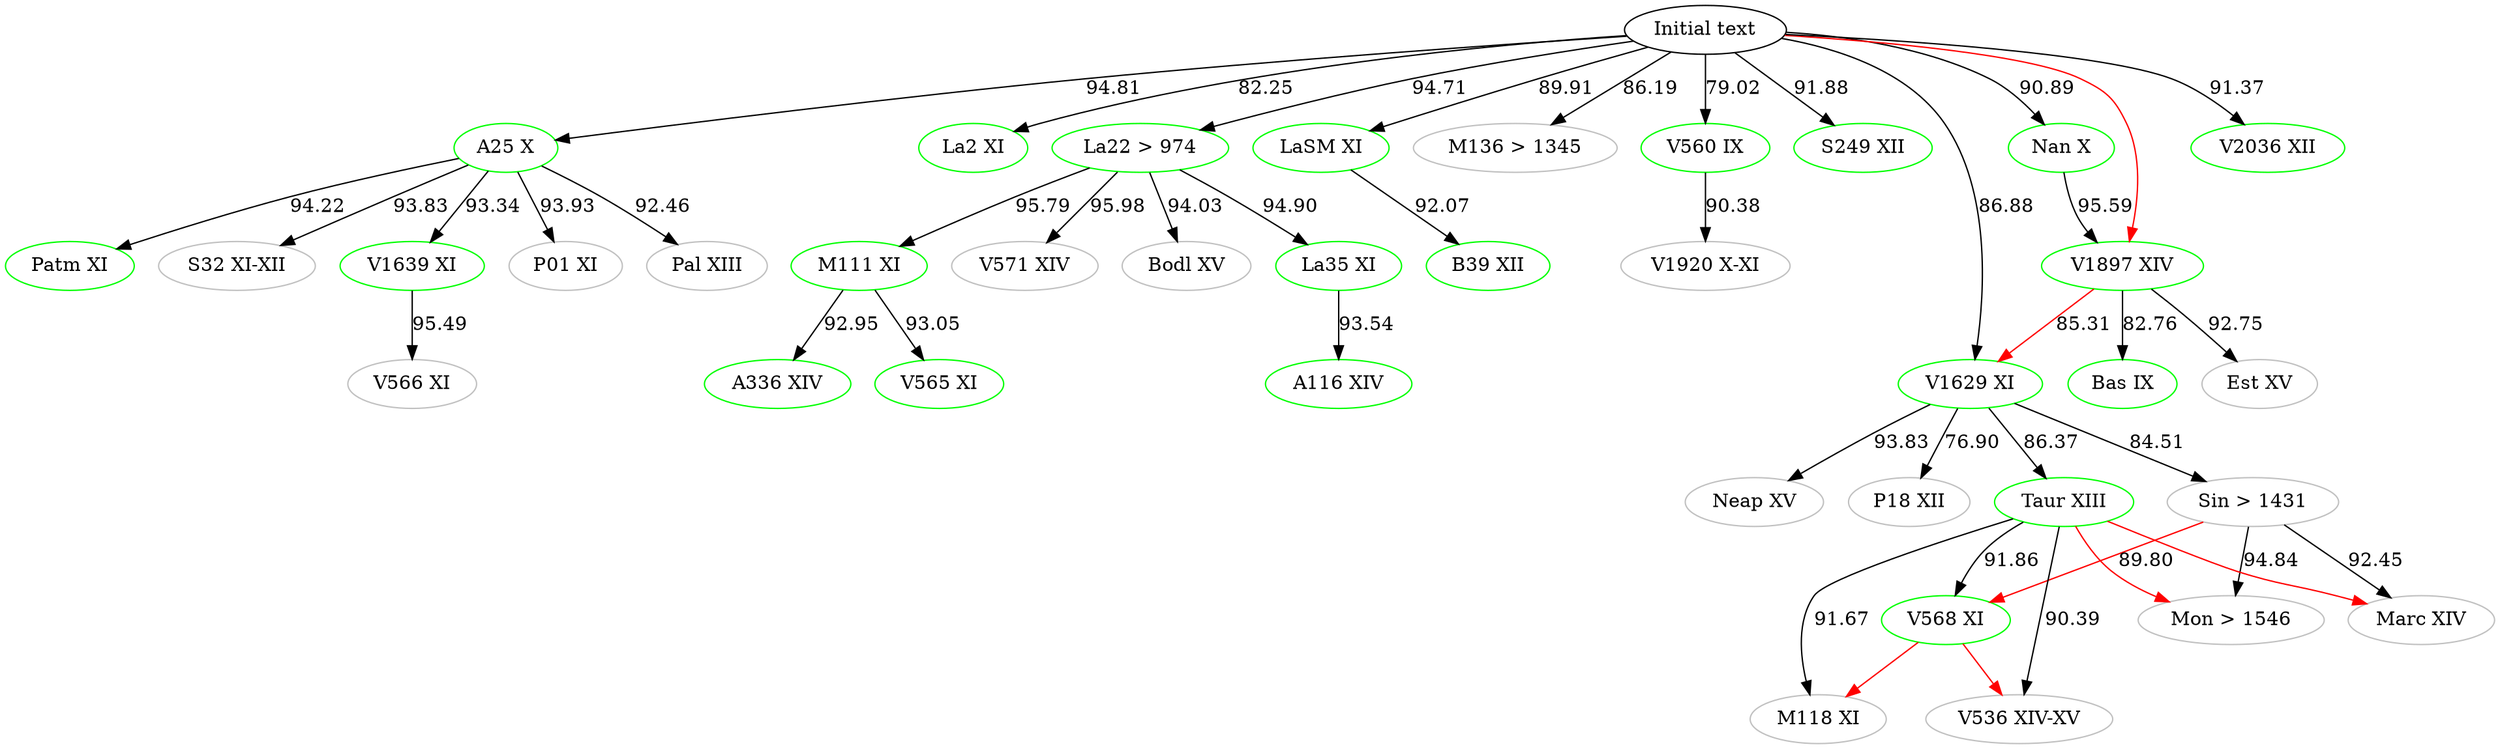
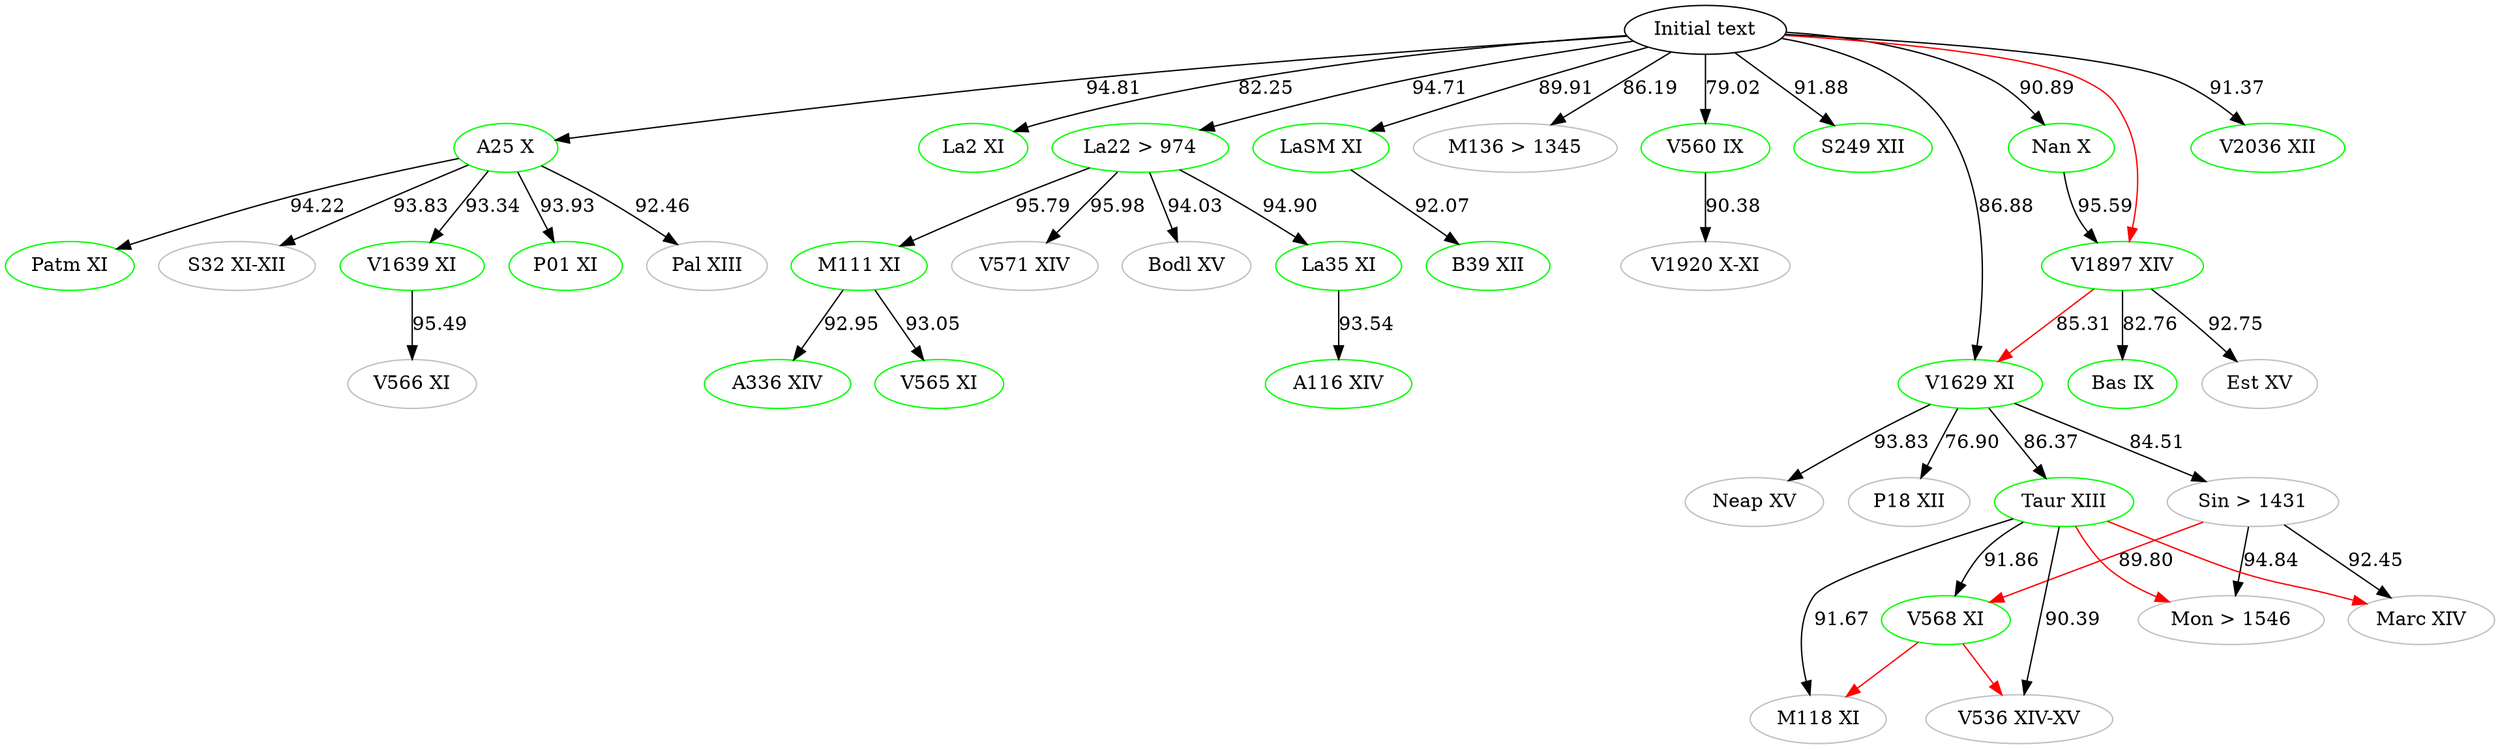
digraph {

    #Top [color="black", label="ω"]
    aBase [color="black", label="Initial text"]
    # Top [color="black", label="Initial text"]
	A116 [label="A116 XIV", color="green"]
	A25 [label="A25 X", color="green"]
	A336 [label="A336 XIV", color="green"]
	B39 [label="B39 XII", color="green"]
	Bas [label="Bas IX", color="green"]
	Bodl [label="Bodl XV", color="grey"]
	Est [label="Est XV", color="grey"]
	La2 [label="La2 XI", color="green"]
	La22 [label="La22 > 974", color="green"]
	La35 [label="La35 XI", color="green"]
	LaSM [label="LaSM XI", color="green"]
	M111 [label="M111 XI", color="green"]
    M118 [label="M118 XI", color="grey"]
    M136 [label="M136 > 1345", color="grey"]
    Marc [label="Marc XIV", color="grey"]
    Mon [label="Mon > 1546", color="grey"]
	Nan [label="Nan X", color="green"]
    Neap [label="Neap XV", color="grey"]
-     P01 [label="P01 XI", color="grey"]
+     P01 [label="P01 XI", color="green"]
    P18 [label="P18 XII", color="grey"]
	Pal [label="Pal XIII", color="grey"]
	Patm [label="Patm XI", color="green"]
    Sin [label="Sin > 1431", color="grey"]
	S32 [label="S32 XI-XII", color="grey"]
    S249 [label="S249 XII", color="green"]
    Taur [label="Taur XIII", color="green"]
    V536 [label="V536 XIV-XV", color="grey"]
	V560 [label="V560 IX", color="green"]
	V565 [label="V565 XI", color="green"]
	V566 [label="V566 XI", color="grey"]
	V568 [label="V568 XI", color="green"]
	V571 [label="V571 XIV", color="grey"]
    V1629 [label="V1629 XI", color="green"]
	V1639 [label="V1639 XI", color="green"]
	V1897 [label="V1897 XIV", color="green"]
	V1920 [label="V1920 X-XI", color="grey"]
    V2036 [label="V2036 XII", color="green"]




    #Top -> aBase
    aBase -> A25 [label="94.81"]
    aBase -> M136 [label="86.19"]
    aBase -> V2036 [label="91.37"]
    # V2036 -> Patm [label="91.14", color="blue"]
    aBase -> V1629 [label="86.88"]
    aBase -> V560[label="79.02"]
    aBase -> La2 [label="82.25"]
    aBase -> S249 [label="91.88"]
    aBase -> LaSM [label="89.91"]
	aBase -> La22 [label="94.71"]
    aBase -> Nan [label="90.89"]

	# A25 -> M136 [label="85.50"]
    # M136 -> A25 [label="85.50" color="blue"]
	A25 -> Pal [label="92.46"]
	A25 -> P01 [label="93.93"]
    A25 -> V1639 [label="93.34"]
    A25 -> S32 [label="93.83"]
    A25 -> Patm [label="94.22"]

    #A25 -> La2 [color="red"]
    #A25 -> V566[color="red"]
    #A25 -> LaSM[color="red"]
    #A25 -> La22[color="red"]
    #A25 -> M136[color="red"]
    #A25 -> Nan[color="red"]
    #A25 -> S249[color="red"]
    #A25 -> V2036[color="red"]

    #aBase -> P01 [color="red"]
    #aBase -> Pal [color="red"]
    #aBase -> Patm [color="red"]
    #aBase -> La35[color="red"]
    #aBase -> B39[color="red"]
    #aBase -> V1920[color="red"]
    aBase -> V1897[color="red"]
    #aBase -> Neap[color="red"]

    #Bodl -> V1639[color="red"]
    #Patm -> S32[color="red"]
    #Patm -> V560[color="red"]

    #La22 -> A116[color="red"]
    #La22 -> V565[color="red"]
    #La22 -> A336[color="red"]

    Taur -> Mon[color="red"]
    Taur -> Marc[color="red"]

    Sin -> V568[label="89.80" color="red"]

    V568 -> V536[color="red"]
    V568 -> M118[color="red"]

    #V571 -> Bodl[color="red"]
    #M111 -> V571[color="red"]
    #La35 -> M111[color="red"]
    V1897 -> V1629[label="85.31" color="red"]
    #Nan -> Bas[color="red"]
    #Nan -> Est[color="red"]
    #Neap -> Taur[color="red"]
    #Neap -> Sin[color="red"]
   #Neap -> P18[color="red"]




	V1639 -> V566 [label="95.49"]

	La22 -> La35 [label= "94.90"]
	La22 -> M111 [label="95.79"]
	La22 -> Bodl [label="94.03"]
    La22 -> V571 [label="95.98"]

	La35 -> A116 [label="93.54"]

	M111 -> V565 [label="93.05"]
	M111 -> A336 [label="92.95"]



	Sin -> Marc [label="92.45"]

	V1629 -> Neap [label="93.83"]
	V1629 -> Sin [label="84.51"]
	V1629 -> Taur [label="86.37"]
    V1629 -> P18 [label="76.90"]

	Taur -> V568 [label="91.86"]
	Taur -> M118 [label="91.67"]
	Taur -> V536 [label="90.39"]
    # Taur -> Marc [color="blue" label="91.96"]
    # Marc -> Mon [color="blue" label="94.12"]
	Sin -> Mon [label="94.84"]

	V560 -> V1920 [label="90.38"]

	V1897 -> Est [label="92.75"]
    V1897 -> Bas [label="82.76"]

    Nan -> V1897 [label="95.59"]



    LaSM -> B39 [label="92.07"]



}

